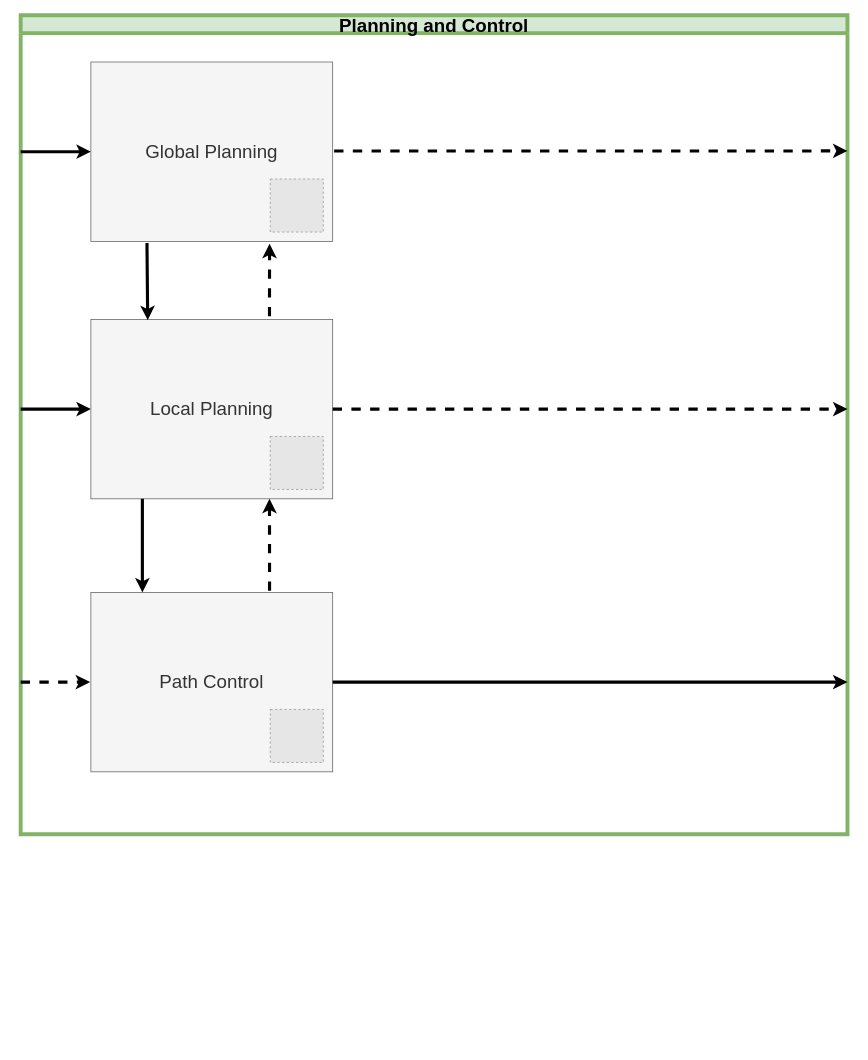
This is page "#2 Planning and Control" (6 of 14) of OutdoorNavigationStructure.drawio from ipa-dmo/ipa_outdoor_docu, a draw.io file, before an edit. Source tidied: cells renumbered, new cells numbered last; positions are measured from the earlier drawing's top-left corner, leaving out a move shared by most shapes. Both pictures are drawn from the tidied source at 78%, with x=0, y=0 at pixel (20, 15). Pictures stored in the file or linked from it are replaced by grey dashed boxes.
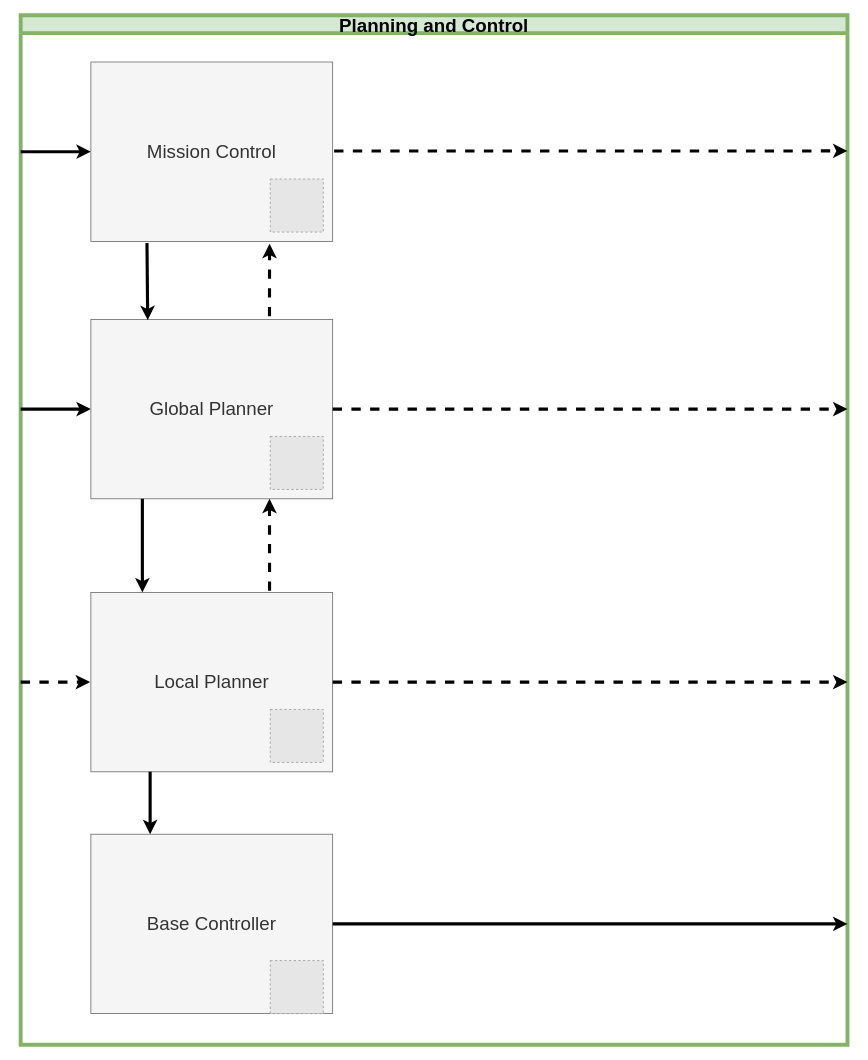
After the change.

What changed in the source:
```diff
@@
     <mxCell id="2" value="Planning and Control" style="swimlane;fillColor=#d5e8d4;strokeColor=#82b366;fontSize=24;strokeWidth=5;" parent="1" vertex="1">
-      <mxGeometry width="1060" height="1050" as="geometry" />
+      <mxGeometry width="1060" height="1320" as="geometry" />
     </mxCell>
@@
-    <mxCell id="4" value="&lt;font style=&quot;font-size: 24px&quot;&gt;Global Planning&lt;/font&gt;" style="whiteSpace=wrap;html=1;fillColor=#f5f5f5;strokeColor=#666666;fontColor=#333333;" parent="2" vertex="1">
+    <mxCell id="4" value="&lt;font style=&quot;font-size: 24px&quot;&gt;Mission Control &lt;br&gt;&lt;/font&gt;" style="whiteSpace=wrap;html=1;fillColor=#f5f5f5;strokeColor=#666666;fontColor=#333333;" parent="2" vertex="1">
       <mxGeometry x="90" y="60" width="310" height="230" as="geometry" />
     </mxCell>
-    <mxCell id="5" value="&lt;font style=&quot;font-size: 24px&quot;&gt;Local Planning&lt;/font&gt;" style="whiteSpace=wrap;html=1;fillColor=#f5f5f5;strokeColor=#666666;fontColor=#333333;" parent="2" vertex="1">
+    <mxCell id="5" value="&lt;font style=&quot;font-size: 24px&quot;&gt;Global Planner&lt;/font&gt;" style="whiteSpace=wrap;html=1;fillColor=#f5f5f5;strokeColor=#666666;fontColor=#333333;" parent="2" vertex="1">
       <mxGeometry x="90" y="390" width="310" height="230" as="geometry" />
     </mxCell>
@@
-    <mxCell id="11" value="&lt;font style=&quot;font-size: 24px&quot;&gt;Path Control&lt;/font&gt;" style="whiteSpace=wrap;html=1;fillColor=#f5f5f5;strokeColor=#666666;fontColor=#333333;" parent="2" vertex="1">
+    <mxCell id="11" value="&lt;font style=&quot;font-size: 24px&quot;&gt;Local Planner&lt;/font&gt;" style="whiteSpace=wrap;html=1;fillColor=#f5f5f5;strokeColor=#666666;fontColor=#333333;" parent="2" vertex="1">
       <mxGeometry x="90" y="740" width="310" height="230" as="geometry" />
     </mxCell>
@@
-    <mxCell id="13" style="edgeStyle=orthogonalEdgeStyle;rounded=0;jettySize=auto;html=0;verticalAlign=top;exitX=1;exitY=0.5;exitDx=0;exitDy=0;strokeWidth=4;exitPerimeter=0;" parent="2" edge="1" source="11">
+    <mxCell id="13" style="edgeStyle=orthogonalEdgeStyle;rounded=0;jettySize=auto;html=0;verticalAlign=top;exitX=1;exitY=0.5;exitDx=0;exitDy=0;strokeWidth=4;exitPerimeter=0;dashed=1;" parent="2" edge="1" source="11">
       <mxGeometry relative="1" as="geometry">
         <mxPoint x="1060" y="855" as="targetPoint" />
       </mxGeometry>
     </mxCell>
@@
+    <mxCell id="19" value="&lt;font style=&quot;font-size: 24px&quot;&gt;Base Controller&lt;/font&gt;" style="whiteSpace=wrap;html=1;fillColor=#f5f5f5;strokeColor=#666666;fontColor=#333333;" parent="2" vertex="1">
+      <mxGeometry x="90" y="1050" width="310" height="230" as="geometry" />
+    </mxCell>
+    <mxCell id="20" style="endArrow=classic;html=1;strokeWidth=4;entryX=0.245;entryY=0;entryDx=0;entryDy=0;entryPerimeter=0;" parent="2" edge="1" target="19">
+      <mxGeometry relative="1" as="geometry">
+        <mxPoint x="166" y="970" as="sourcePoint" />
+      </mxGeometry>
+    </mxCell>
+    <mxCell id="21" style="fillColor=#E6E6E6;strokeColor=#999999;dashed=1;html=1;verticalAlign=top;verticalLabelPosition=bottom;labelBackgroundColor=#ffffff;fontColor=#FF0000;" parent="2" vertex="1">
+      <mxGeometry x="320" y="1212" width="68" height="68" as="geometry" />
+    </mxCell>
+    <mxCell id="22" style="edgeStyle=orthogonalEdgeStyle;rounded=0;jettySize=auto;html=0;verticalAlign=top;strokeWidth=4;" parent="2" edge="1" source="19">
+      <mxGeometry relative="1" as="geometry">
+        <mxPoint x="1060" y="1165" as="targetPoint" />
+      </mxGeometry>
+    </mxCell>
```
